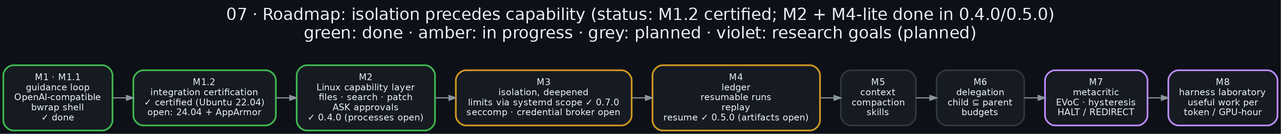
This is docs/diagrams/07_roadmap.png from danindiana/malyutka, a Graphviz export, as it was before one commit. Its source is kept beside it as docs/diagrams/07_roadmap.dot.
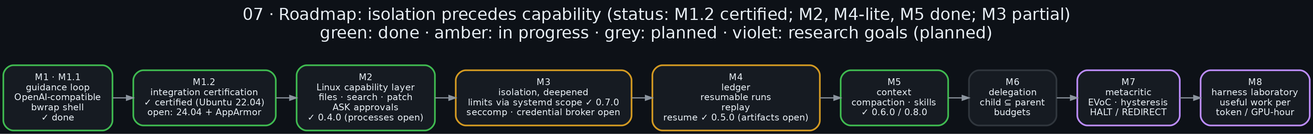
The same diagram one commit later.

Change to the diagram source:
```diff
@@ -1,6 +1,6 @@
 digraph roadmap {
     graph [bgcolor="#0d1117", rankdir=LR, fontname="Helvetica", fontcolor="#e6edf3", labelloc="t", fontsize=20,
-           label="07 · Roadmap: isolation precedes capability (status: M1.2 certified; M2 + M4-lite done in 0.4.0/0.5.0)\ngreen: done · amber: in progress · grey: planned · violet: research goals (planned)\n ", nodesep=0.25, ranksep=0.35];
+           label="07 · Roadmap: isolation precedes capability (status: M1.2 certified; M2, M4-lite, M5 done; M3 partial)\ngreen: done · amber: in progress · grey: planned · violet: research goals (planned)\n ", nodesep=0.25, ranksep=0.35];
     node  [fontname="Helvetica", fontcolor="#e6edf3", color="#30363d", style="filled,rounded", shape=box, penwidth=2,
            margin="0.18,0.12", fillcolor="#161b22", fontsize=11];
     edge  [color="#8b949e", penwidth=1.4, arrowsize=0.8];
@@ -10,7 +10,7 @@
     m2  [label="M2\nLinux capability layer\nfiles · search · patch\nASK approvals\n✓ 0.4.0 (processes open)", color="#3fb950"];
     m3  [label="M3\nisolation, deepened\nlimits via systemd scope ✓ 0.7.0\nseccomp · credential broker open", color="#d29922"];
     m4  [label="M4\nledger\nresumable runs\nreplay\nresume ✓ 0.5.0 (artifacts open)", color="#d29922"];
-    m5  [label="M5\ncontext\ncompaction\nskills", color="#30363d"];
+    m5  [label="M5\ncontext\ncompaction · skills\n✓ 0.6.0 / 0.8.0", color="#3fb950"];
     m6  [label="M6\ndelegation\nchild ⊆ parent\nbudgets", color="#30363d"];
     m7  [label="M7\nmetacritic\nEVoC · hysteresis\nHALT / REDIRECT", color="#bc8cff"];
     m8  [label="M8\nharness laboratory\nuseful work per\ntoken / GPU-hour", color="#bc8cff"];
```
